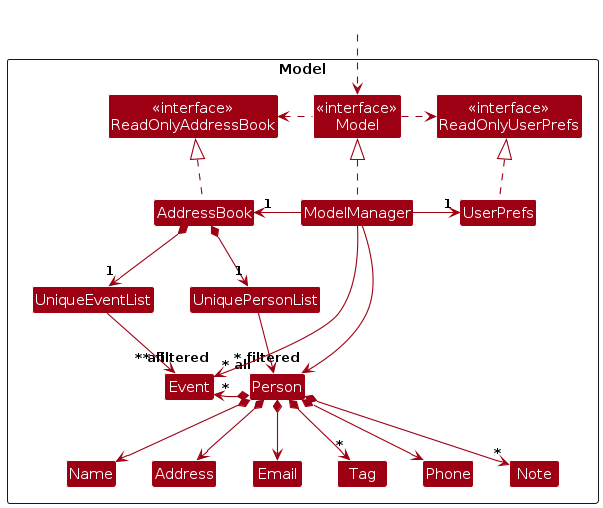
Before: diagrams/ModelClassDiagram.png, a diagram exported from PlantUML (AY2324S1-CS2103T-W16-1/tp). Its source is kept beside it as diagrams/ModelClassDiagram.puml.
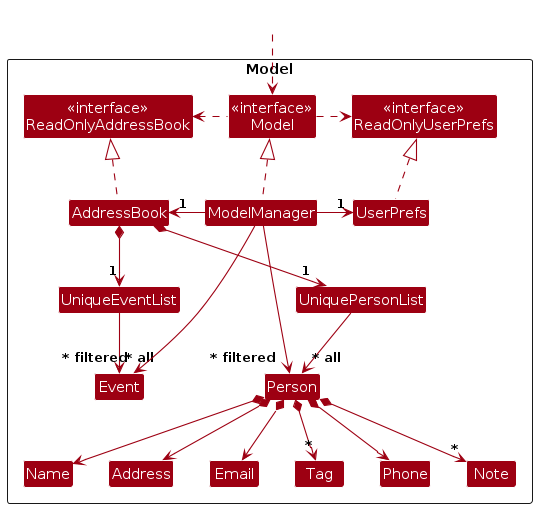
Above is the later version.

Change to the diagram source:
```diff
@@ -40,7 +40,7 @@
 
 AddressBook *--> "1" UniquePersonList
 AddressBook *--> "1" UniqueEventList
-UniquePersonList --> "~* all" Person
+UniquePersonList -down-> "~* all" Person
 UniqueEventList -down-> "~* all" Event
 Person *--> Name
 Person *--> Phone
@@ -48,17 +48,18 @@
 Person *--> Address
 Person *--> "*" Tag
 Person *--> "*" Note
-Person *--> "*" Event
 
-UniqueEventList -[hidden]right-> UniquePersonList
+UserPrefs -[hidden]down-> UniquePersonList
 ModelManager -[hidden]down-> UniquePersonList
 Event -[hidden]down-> Name
-Event -[hidden]right-> Person
 Name -[hidden]right-> Phone
 Phone -[hidden]right-> Address
 Address -[hidden]right-> Email
 Email -[hidden]right-> Tag
 
+Event -[hidden]right-> I
+I -[hidden]right-> Person
+
 ModelManager --> "~* filtered" Person
 ModelManager --> "~* filtered" Event
 @enduml
```
